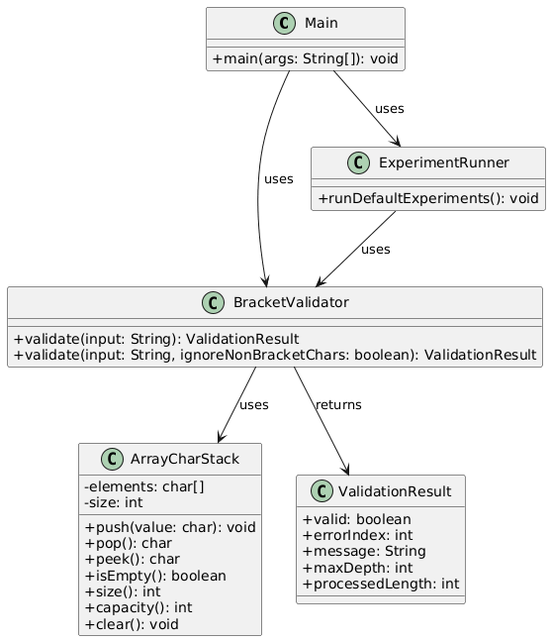
17Esther/comp47500-bracket-validator keeps this PlantUML diagram as UML.png. Above is the earlier version. Its diagram source:
```plantuml
@startuml
skinparam classAttributeIconSize 0

class Main {
  +main(args: String[]): void
}

class BracketValidator {
  +validate(input: String): ValidationResult
  +validate(input: String, ignoreNonBracketChars: boolean): ValidationResult
}

class ArrayCharStack {
  -elements: char[]
  -size: int
  +push(value: char): void
  +pop(): char
  +peek(): char
  +isEmpty(): boolean
  +size(): int
  +capacity(): int
  +clear(): void
}

class ExperimentRunner {
  +runDefaultExperiments(): void
}

class ValidationResult {
  +valid: boolean
  +errorIndex: int
  +message: String
  +maxDepth: int
  +processedLength: int
}

Main --> BracketValidator : uses
Main --> ExperimentRunner : uses
BracketValidator --> ArrayCharStack : uses
BracketValidator --> ValidationResult : returns
ExperimentRunner --> BracketValidator : uses
@enduml
```
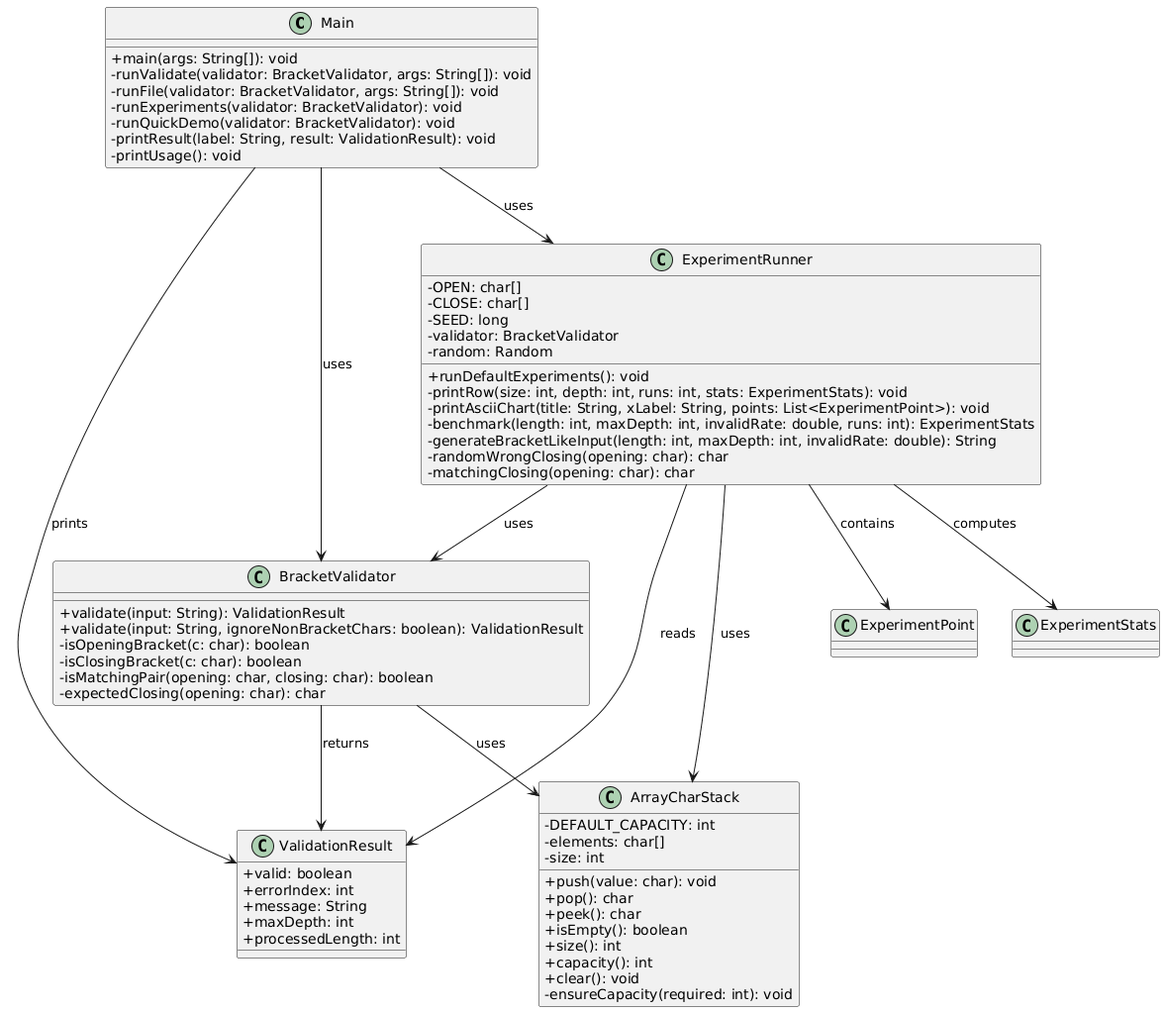
The same file after the commit.

The edit, as a diff of the source:
```diff
@@ -3,14 +3,25 @@
 
 class Main {
   +main(args: String[]): void
+  -runValidate(validator: BracketValidator, args: String[]): void
+  -runFile(validator: BracketValidator, args: String[]): void
+  -runExperiments(validator: BracketValidator): void
+  -runQuickDemo(validator: BracketValidator): void
+  -printResult(label: String, result: ValidationResult): void
+  -printUsage(): void
 }
 
 class BracketValidator {
   +validate(input: String): ValidationResult
   +validate(input: String, ignoreNonBracketChars: boolean): ValidationResult
+  -isOpeningBracket(c: char): boolean
+  -isClosingBracket(c: char): boolean
+  -isMatchingPair(opening: char, closing: char): boolean
+  -expectedClosing(opening: char): char
 }
 
 class ArrayCharStack {
+  -DEFAULT_CAPACITY: int
   -elements: char[]
   -size: int
   +push(value: char): void
@@ -20,10 +31,22 @@
   +size(): int
   +capacity(): int
   +clear(): void
+  -ensureCapacity(required: int): void
 }
 
 class ExperimentRunner {
+  -OPEN: char[]
+  -CLOSE: char[]
+  -SEED: long
+  -validator: BracketValidator
+  -random: Random
   +runDefaultExperiments(): void
+  -printRow(size: int, depth: int, runs: int, stats: ExperimentStats): void
+  -printAsciiChart(title: String, xLabel: String, points: List<ExperimentPoint>): void
+  -benchmark(length: int, maxDepth: int, invalidRate: double, runs: int): ExperimentStats
+  -generateBracketLikeInput(length: int, maxDepth: int, invalidRate: double): String
+  -randomWrongClosing(opening: char): char
+  -matchingClosing(opening: char): char
 }
 
 class ValidationResult {
@@ -34,9 +57,17 @@
   +processedLength: int
 }
 
+class ExperimentPoint
+class ExperimentStats
+
 Main --> BracketValidator : uses
 Main --> ExperimentRunner : uses
+Main --> ValidationResult : prints
 BracketValidator --> ArrayCharStack : uses
 BracketValidator --> ValidationResult : returns
 ExperimentRunner --> BracketValidator : uses
+ExperimentRunner --> ArrayCharStack : uses
+ExperimentRunner --> ValidationResult : reads
+ExperimentRunner --> ExperimentPoint : contains
+ExperimentRunner --> ExperimentStats : computes
 @enduml
```
